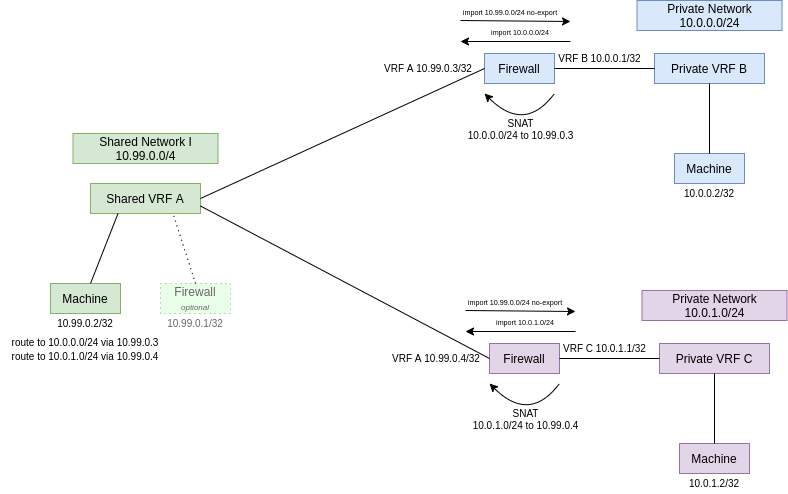
This is dev/development/proposals/MEP5/shared_advanced.png from metal-stack/docs, a draw.io export, as it was before one commit. Source tidied: cells renumbered, new cells last; positions are measured from the earlier drawing's top-left corner, leaving out a move shared by most shapes.
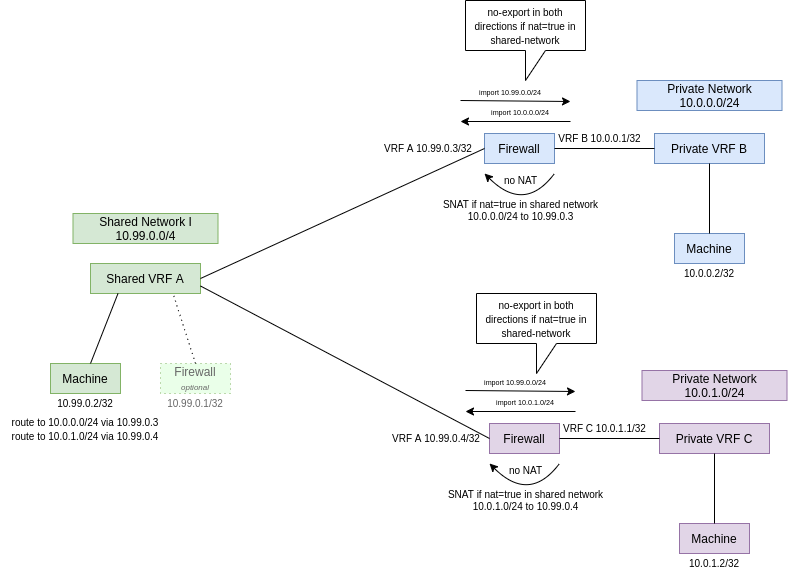
The same diagram one commit later.

What changed in the source:
```diff
@@ -67,15 +67,15 @@
         </Array>
       </mxGeometry>
     </mxCell>
-    <mxCell id="21" value="SNAT&lt;br&gt;10.0.0.0/24 to 10.99.0.3" style="text;html=1;align=center;verticalAlign=middle;fontSize=10;" parent="1" vertex="1">
-      <mxGeometry x="460" y="114" width="120" height="30" as="geometry" />
+    <mxCell id="21" value="no NAT&lt;br&gt;&lt;br&gt;SNAT if nat=true in shared network&lt;br&gt;10.0.0.0/24 to 10.99.0.3" style="text;html=1;align=center;verticalAlign=middle;fontSize=10;" parent="1" vertex="1">
+      <mxGeometry x="435" y="93" width="170" height="50" as="geometry" />
     </mxCell>
     <mxCell id="22" style="endArrow=classic;startArrow=none;html=1;endFill=1;startFill=0;exitX=0;exitY=1;exitDx=0;exitDy=0;" parent="1" edge="1" source="23">
       <mxGeometry relative="1" as="geometry">
         <mxPoint x="570" y="21" as="targetPoint" />
       </mxGeometry>
     </mxCell>
-    <mxCell id="23" value="&lt;span style=&quot;color: rgb(0 , 0 , 0) ; font-family: &amp;#34;helvetica&amp;#34; ; font-size: 7.2px ; font-style: normal ; font-weight: 400 ; letter-spacing: normal ; text-align: center ; text-indent: 0px ; text-transform: none ; word-spacing: 0px ; background-color: rgb(255 , 255 , 255) ; display: inline ; float: none&quot;&gt;import 10.99.0.0/24 no-export&lt;/span&gt;" style="text;html=1;strokeColor=none;fillColor=none;align=center;verticalAlign=middle;whiteSpace=wrap;rounded=0;" parent="1" vertex="1">
+    <mxCell id="23" value="&lt;span style=&quot;color: rgb(0 , 0 , 0) ; font-family: &amp;#34;helvetica&amp;#34; ; font-size: 7.2px ; font-style: normal ; font-weight: 400 ; letter-spacing: normal ; text-align: center ; text-indent: 0px ; text-transform: none ; word-spacing: 0px ; background-color: rgb(255 , 255 , 255) ; display: inline ; float: none&quot;&gt;import 10.99.0.0/24&lt;/span&gt;" style="text;html=1;strokeColor=none;fillColor=none;align=center;verticalAlign=middle;whiteSpace=wrap;rounded=0;" parent="1" vertex="1">
       <mxGeometry x="460" width="100" height="20" as="geometry" />
     </mxCell>
     <mxCell id="24" style="endArrow=none;startArrow=classic;html=1;endFill=0;startFill=1;" parent="1" edge="1">
@@ -120,15 +120,15 @@
         </Array>
       </mxGeometry>
     </mxCell>
-    <mxCell id="35" value="SNAT&lt;br&gt;10.0.1.0/24 to 10.99.0.4" style="text;html=1;align=center;verticalAlign=middle;fontSize=10;" parent="1" vertex="1">
-      <mxGeometry x="465" y="404" width="120" height="30" as="geometry" />
+    <mxCell id="35" value="no NAT&lt;br&gt;&lt;br&gt;SNAT if nat=true in shared network&lt;br&gt;10.0.1.0/24 to 10.99.0.4" style="text;html=1;align=center;verticalAlign=middle;fontSize=10;" parent="1" vertex="1">
+      <mxGeometry x="440" y="383" width="170" height="50" as="geometry" />
     </mxCell>
     <mxCell id="36" style="endArrow=classic;startArrow=none;html=1;endFill=1;startFill=0;exitX=0;exitY=1;exitDx=0;exitDy=0;" parent="1" edge="1" source="37">
       <mxGeometry relative="1" as="geometry">
         <mxPoint x="575" y="311" as="targetPoint" />
       </mxGeometry>
     </mxCell>
-    <mxCell id="37" value="&lt;span style=&quot;color: rgb(0 , 0 , 0) ; font-family: &amp;#34;helvetica&amp;#34; ; font-size: 7.2px ; font-style: normal ; font-weight: 400 ; letter-spacing: normal ; text-align: center ; text-indent: 0px ; text-transform: none ; word-spacing: 0px ; background-color: rgb(255 , 255 , 255) ; display: inline ; float: none&quot;&gt;import 10.99.0.0/24 no-export&lt;/span&gt;" style="text;html=1;strokeColor=none;fillColor=none;align=center;verticalAlign=middle;whiteSpace=wrap;rounded=0;" parent="1" vertex="1">
+    <mxCell id="37" value="&lt;span style=&quot;color: rgb(0 , 0 , 0) ; font-family: &amp;#34;helvetica&amp;#34; ; font-size: 7.2px ; font-style: normal ; font-weight: 400 ; letter-spacing: normal ; text-align: center ; text-indent: 0px ; text-transform: none ; word-spacing: 0px ; background-color: rgb(255 , 255 , 255) ; display: inline ; float: none&quot;&gt;import 10.99.0.0/24&lt;/span&gt;" style="text;html=1;strokeColor=none;fillColor=none;align=center;verticalAlign=middle;whiteSpace=wrap;rounded=0;" parent="1" vertex="1">
       <mxGeometry x="465" y="290" width="100" height="20" as="geometry" />
     </mxCell>
     <mxCell id="38" style="endArrow=none;startArrow=classic;html=1;endFill=0;startFill=1;" parent="1" edge="1">
@@ -149,5 +149,11 @@
     <mxCell id="42" value="&lt;span style=&quot;color: rgb(0 , 0 , 0) ; font-family: &amp;#34;helvetica&amp;#34; ; font-style: normal ; font-weight: 400 ; letter-spacing: normal ; text-align: center ; text-indent: 0px ; text-transform: none ; word-spacing: 0px ; background-color: rgb(255 , 255 , 255) ; display: inline ; float: none ; font-size: 10px&quot;&gt;route to 10.0.0.0/24 via 10.99.0.3&lt;br&gt;route to 10.0.1.0/24 via 10.99.0.4&lt;br&gt;&lt;/span&gt;" style="text;html=1;strokeColor=none;fillColor=none;align=center;verticalAlign=middle;whiteSpace=wrap;rounded=0;" parent="1" vertex="1">
       <mxGeometry y="313" width="170" height="70" as="geometry" />
     </mxCell>
+    <mxCell id="43" value="&lt;font style=&quot;font-size: 10px&quot;&gt;no-export in both directions if nat=true in shared-network&lt;/font&gt;" style="shape=callout;whiteSpace=wrap;html=1;perimeter=calloutPerimeter;" parent="1" vertex="1">
+      <mxGeometry x="465" y="-80" width="120" height="80" as="geometry" />
+    </mxCell>
+    <mxCell id="44" value="&lt;font style=&quot;font-size: 10px&quot;&gt;no-export in both directions if nat=true in shared-network&lt;/font&gt;" style="shape=callout;whiteSpace=wrap;html=1;perimeter=calloutPerimeter;" parent="1" vertex="1">
+      <mxGeometry x="476" y="213" width="120" height="80" as="geometry" />
+    </mxCell>
   </root>
 </mxGraphModel>
```
